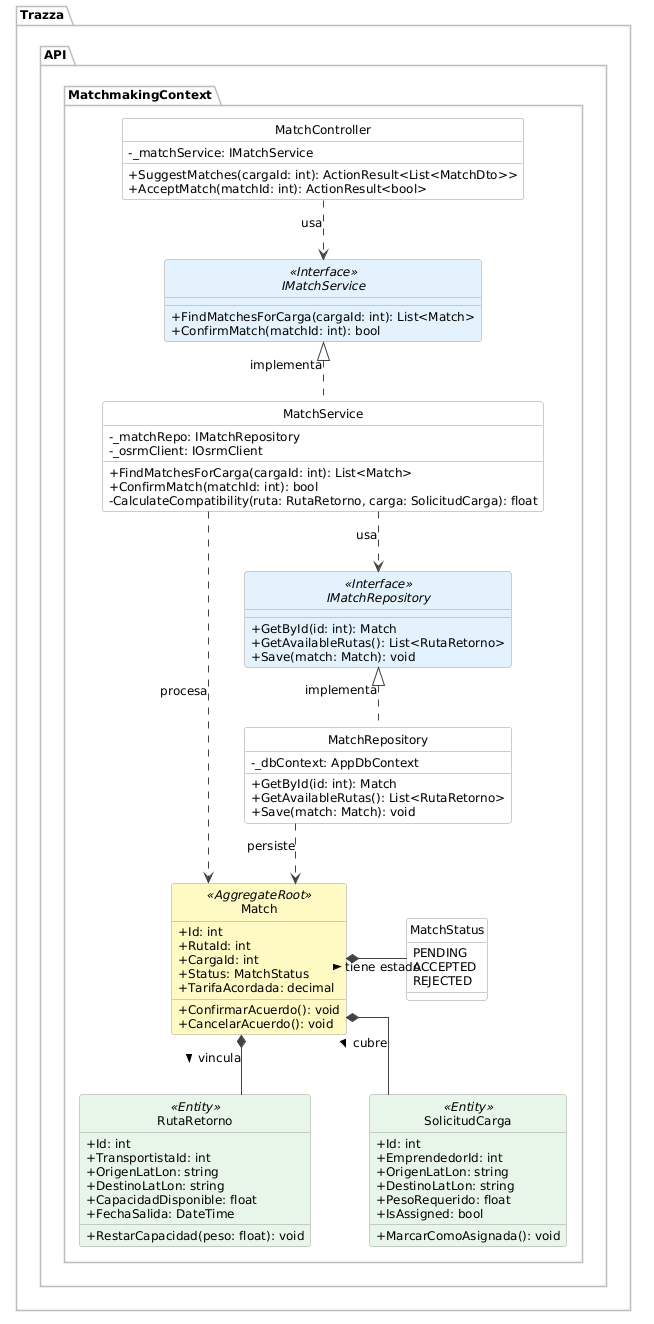
This is assets/images/chapter4/software-object-oriented-design/class-diagram-matchmaking.png from StackRoot-1ASI0730-2620-8084/StackRoot-report, a PlantUML export, as it was before one commit.
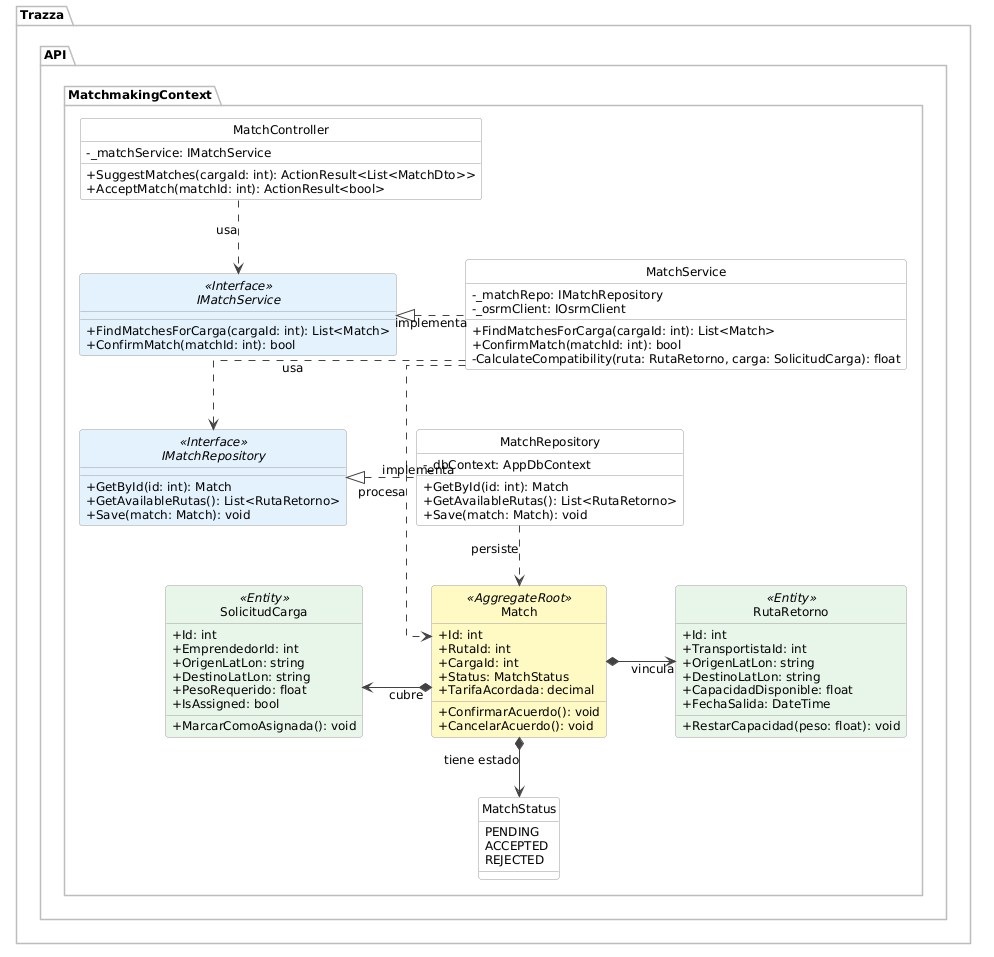
The same file after the commit.

Commit message:
doc(class-diagram): apply requested layout directions for matchmaking

Diff of the diagram source:
```diff
@@ -4,9 +4,6 @@
 skinparam DefaultFontName Arial
 skinparam DefaultFontSize 12
 skinparam linetype ortho
-skinparam nodesep 60
-skinparam ranksep 60
-top to bottom direction
 
 skinparam class {
     BackgroundColor<<Interface>> #E3F2FD
@@ -24,6 +21,9 @@
     BackgroundColor #FFFFFF
     BorderColor #BDBDBD
 }
+
+skinparam nodesep 70
+skinparam ranksep 60
 
 package "Trazza.API.MatchmakingContext" {
 
@@ -59,6 +59,16 @@
         + Save(match: Match): void
     }
 
+    class SolicitudCarga <<Entity>> {
+        + Id: int
+        + EmprendedorId: int
+        + OrigenLatLon: string
+        + DestinoLatLon: string
+        + PesoRequerido: float
+        + IsAssigned: bool
+        + MarcarComoAsignada(): void
+    }
+
     class Match <<AggregateRoot>> {
         + Id: int
         + RutaId: int
@@ -79,16 +89,6 @@
         + RestarCapacidad(peso: float): void
     }
 
-    class SolicitudCarga <<Entity>> {
-        + Id: int
-        + EmprendedorId: int
-        + OrigenLatLon: string
-        + DestinoLatLon: string
-        + PesoRequerido: float
-        + IsAssigned: bool
-        + MarcarComoAsignada(): void
-    }
-
     enum MatchStatus {
         PENDING
         ACCEPTED
@@ -96,16 +96,16 @@
     }
 }
 
-MatchController ..> IMatchService : usa
-IMatchService <|.. MatchService : implementa
-MatchService ..> IMatchRepository : usa
-IMatchRepository <|.. MatchRepository : implementa
+MatchController .down.> IMatchService : usa
+MatchService .down.> IMatchRepository : usa
+MatchService .down.> Match : procesa
+MatchRepository .down.> Match : persiste
 
-MatchService ..> Match : procesa
-MatchRepository ..> Match : persiste
+MatchService .left.|> IMatchService : implementa
+MatchRepository .left.|> IMatchRepository : implementa
 
-Match *-- RutaRetorno : vincula >
-Match *-- SolicitudCarga : cubre >
-Match *-right- MatchStatus : tiene estado >
+Match *-left-> SolicitudCarga : cubre
+Match *-right-> RutaRetorno : vincula
+Match *-down-> MatchStatus : tiene estado
 
 @enduml
```
